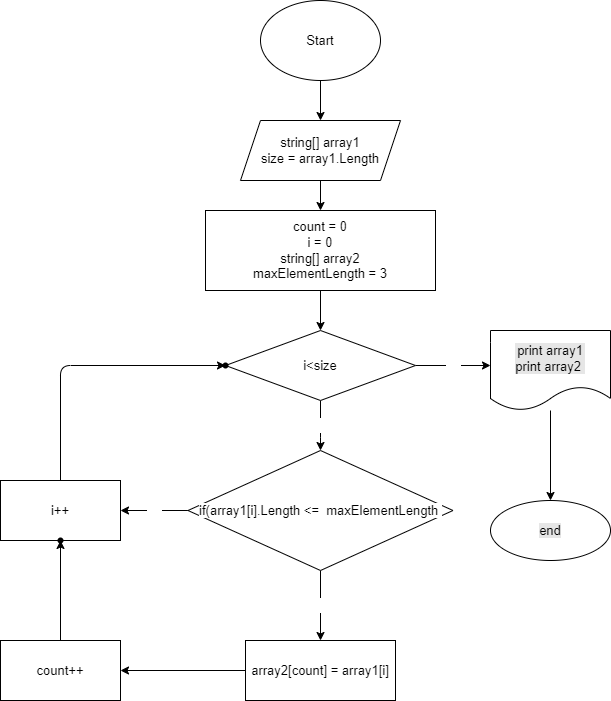
Above: BlockDiagram.drawio.png in OlesyaFedorovskaya/- (draw.io), before the change. Source tidied: cells renumbered, new cells last; positions are measured from the earlier drawing's top-left corner, leaving out a move shared by most shapes. Its diagram source:
```xml
<mxGraphModel>
  <root>
    <mxCell id="0" />
    <mxCell id="1" parent="0" />
    <mxCell id="2" style="edgeStyle=none;html=1;fontSize=13;fontColor=#000000;entryX=0.5;entryY=0;entryDx=0;entryDy=0;" parent="1" edge="1" source="3" target="5">
      <mxGeometry relative="1" as="geometry" />
    </mxCell>
    <mxCell id="3" value="Start" style="ellipse;whiteSpace=wrap;html=1;labelBackgroundColor=#FFFFFF;fontSize=13;fontColor=#000000;fillColor=#FFFFFF;" parent="1" vertex="1">
      <mxGeometry x="260" width="120" height="80" as="geometry" />
    </mxCell>
    <mxCell id="4" style="edgeStyle=none;html=1;fontSize=13;fontColor=#000000;" parent="1" edge="1" source="5" target="7">
      <mxGeometry relative="1" as="geometry" />
    </mxCell>
    <mxCell id="5" value="string[] array1&lt;br&gt;size = array1.Length" style="shape=parallelogram;perimeter=parallelogramPerimeter;whiteSpace=wrap;html=1;fixedSize=1;fontSize=13;fillColor=#FFFFFF;fontColor=#000000;labelBackgroundColor=#FFFFFF;" parent="1" vertex="1">
      <mxGeometry x="240" y="120" width="160" height="60" as="geometry" />
    </mxCell>
    <mxCell id="6" style="edgeStyle=none;html=1;fontSize=13;fontColor=#000000;" parent="1" edge="1" source="7" target="10">
      <mxGeometry relative="1" as="geometry" />
    </mxCell>
    <mxCell id="7" value="count = 0&lt;br&gt;i = 0&lt;br&gt;string[] array2&lt;br&gt;maxElementLength = 3" style="whiteSpace=wrap;html=1;fontSize=13;fillColor=#FFFFFF;fontColor=#000000;labelBackgroundColor=#FFFFFF;" parent="1" vertex="1">
      <mxGeometry x="205" y="210" width="230" height="80" as="geometry" />
    </mxCell>
    <mxCell id="8" value="yes" style="edgeStyle=none;html=1;fontSize=13;fontColor=#FFFFFF;" parent="1" edge="1" source="10" target="13">
      <mxGeometry relative="1" as="geometry">
        <Array as="points">
          <mxPoint x="320" y="430" />
        </Array>
      </mxGeometry>
    </mxCell>
    <mxCell id="9" value="no" style="edgeStyle=none;html=1;fontSize=13;fontColor=#FFFFFF;entryX=0;entryY=0.5;entryDx=0;entryDy=0;" parent="1" edge="1" source="10">
      <mxGeometry relative="1" as="geometry">
        <mxPoint x="490" y="365" as="targetPoint" />
      </mxGeometry>
    </mxCell>
    <mxCell id="10" value="i&amp;lt;size" style="rhombus;whiteSpace=wrap;html=1;fontSize=13;fillColor=#FFFFFF;fontColor=#000000;labelBackgroundColor=#FFFFFF;" parent="1" vertex="1">
      <mxGeometry x="225" y="330" width="190" height="70" as="geometry" />
    </mxCell>
    <mxCell id="11" value="yes" style="edgeStyle=none;html=1;fontSize=13;fontColor=#FFFFFF;" parent="1" edge="1" source="13" target="15">
      <mxGeometry relative="1" as="geometry" />
    </mxCell>
    <mxCell id="12" value="no" style="edgeStyle=none;html=1;fontSize=13;fontColor=#FFFFFF;" parent="1" edge="1" source="13" target="17">
      <mxGeometry relative="1" as="geometry" />
    </mxCell>
    <mxCell id="13" value="if(array1[i].Length &amp;lt;=&amp;nbsp; maxElementLength&amp;nbsp;" style="rhombus;whiteSpace=wrap;html=1;fontSize=13;fillColor=#FFFFFF;fontColor=#000000;labelBackgroundColor=#FFFFFF;" parent="1" vertex="1">
      <mxGeometry x="187.5" y="450" width="265" height="120" as="geometry" />
    </mxCell>
    <mxCell id="14" style="edgeStyle=none;html=1;fontSize=13;fontColor=#000000;" parent="1" edge="1" source="15" target="21">
      <mxGeometry relative="1" as="geometry" />
    </mxCell>
    <mxCell id="15" value="array2[count] = array1[i]" style="whiteSpace=wrap;html=1;fontSize=13;fillColor=#FFFFFF;fontColor=#000000;labelBackgroundColor=#FFFFFF;" parent="1" vertex="1">
      <mxGeometry x="245" y="640" width="150" height="60" as="geometry" />
    </mxCell>
    <mxCell id="16" style="edgeStyle=none;html=1;fontSize=13;fontColor=#FFFFFF;" parent="1" edge="1" source="17" target="18">
      <mxGeometry relative="1" as="geometry">
        <Array as="points">
          <mxPoint x="60" y="365" />
        </Array>
      </mxGeometry>
    </mxCell>
    <mxCell id="17" value="i++" style="whiteSpace=wrap;html=1;fontSize=13;fillColor=#FFFFFF;fontColor=#000000;labelBackgroundColor=#FFFFFF;" parent="1" vertex="1">
      <mxGeometry y="480" width="120" height="60" as="geometry" />
    </mxCell>
    <mxCell id="18" style="shape=waypoint;sketch=0;size=6;points=[];fillColor=#FFFFFF;perimeter=centerPerimeter;snapToPoint=1;fontSize=13;fontColor=#000000;labelBackgroundColor=#FFFFFF;" parent="1" vertex="1">
      <mxGeometry x="205" y="345" width="40" height="40" as="geometry" />
    </mxCell>
    <mxCell id="19" style="shape=waypoint;sketch=0;size=6;points=[];fillColor=#FFFFFF;perimeter=centerPerimeter;snapToPoint=1;fontSize=13;fontColor=#000000;labelBackgroundColor=#FFFFFF;" parent="1" vertex="1">
      <mxGeometry x="40" y="520" width="40" height="40" as="geometry" />
    </mxCell>
    <mxCell id="20" style="edgeStyle=none;html=1;fontSize=13;fontColor=#000000;" parent="1" edge="1" source="21" target="19">
      <mxGeometry relative="1" as="geometry" />
    </mxCell>
    <mxCell id="21" value="count++" style="whiteSpace=wrap;html=1;fontSize=13;fillColor=#FFFFFF;fontColor=#000000;labelBackgroundColor=#FFFFFF;" parent="1" vertex="1">
      <mxGeometry y="640" width="120" height="60" as="geometry" />
    </mxCell>
    <mxCell id="22" style="edgeStyle=none;html=1;fontSize=13;fontColor=#000000;" parent="1" edge="1" source="23" target="24">
      <mxGeometry relative="1" as="geometry" />
    </mxCell>
    <mxCell id="23" value="print array1&lt;br&gt;print array2&amp;nbsp;" style="shape=document;whiteSpace=wrap;html=1;boundedLbl=1;labelBackgroundColor=#E6E6E6;fontSize=13;fontColor=#000000;fillColor=#FFFFFF;" parent="1" vertex="1">
      <mxGeometry x="490" y="330" width="120" height="80" as="geometry" />
    </mxCell>
    <mxCell id="24" value="end" style="ellipse;whiteSpace=wrap;html=1;fontSize=13;fillColor=#FFFFFF;fontColor=#000000;labelBackgroundColor=#E6E6E6;" parent="1" vertex="1">
      <mxGeometry x="490" y="500" width="120" height="60" as="geometry" />
    </mxCell>
  </root>
</mxGraphModel>
```
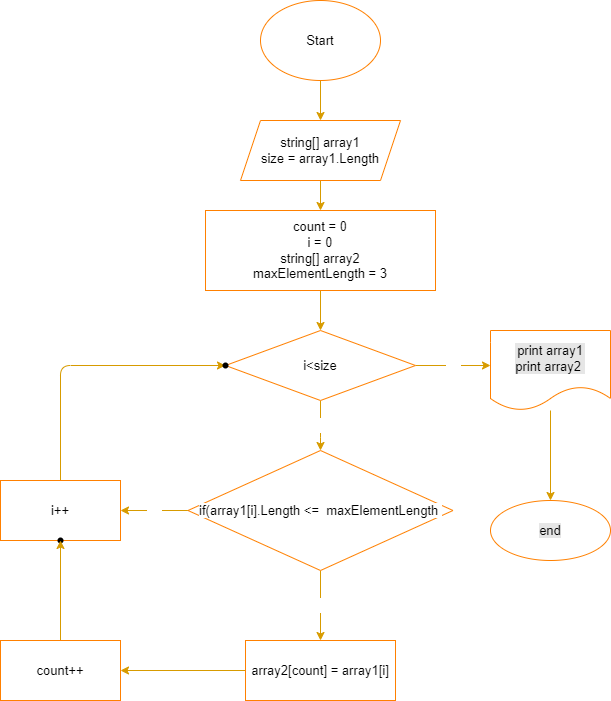
After the change.

What changed in the source:
```diff
@@ -2,62 +2,62 @@
   <root>
     <mxCell id="0" />
     <mxCell id="1" parent="0" />
-    <mxCell id="2" style="edgeStyle=none;html=1;fontSize=13;fontColor=#000000;entryX=0.5;entryY=0;entryDx=0;entryDy=0;" parent="1" edge="1" source="3" target="5">
+    <mxCell id="2" style="edgeStyle=none;html=1;fontSize=13;fontColor=#000000;entryX=0.5;entryY=0;entryDx=0;entryDy=0;fillColor=#ffcd28;strokeColor=#d79b00;gradientColor=#ffa500;" parent="1" edge="1" source="3" target="5">
       <mxGeometry relative="1" as="geometry" />
     </mxCell>
-    <mxCell id="3" value="Start" style="ellipse;whiteSpace=wrap;html=1;labelBackgroundColor=#FFFFFF;fontSize=13;fontColor=#000000;fillColor=#FFFFFF;" parent="1" vertex="1">
+    <mxCell id="3" value="Start" style="ellipse;whiteSpace=wrap;html=1;labelBackgroundColor=#FFFFFF;fontSize=13;fontColor=#000000;fillColor=#FFFFFF;strokeColor=#FF8000;" parent="1" vertex="1">
       <mxGeometry x="260" width="120" height="80" as="geometry" />
     </mxCell>
-    <mxCell id="4" style="edgeStyle=none;html=1;fontSize=13;fontColor=#000000;" parent="1" edge="1" source="5" target="7">
+    <mxCell id="4" style="edgeStyle=none;html=1;fontSize=13;fontColor=#000000;fillColor=#ffcd28;gradientColor=#ffa500;strokeColor=#d79b00;" parent="1" edge="1" source="5" target="7">
       <mxGeometry relative="1" as="geometry" />
     </mxCell>
-    <mxCell id="5" value="string[] array1&lt;br&gt;size = array1.Length" style="shape=parallelogram;perimeter=parallelogramPerimeter;whiteSpace=wrap;html=1;fixedSize=1;fontSize=13;fillColor=#FFFFFF;fontColor=#000000;labelBackgroundColor=#FFFFFF;" parent="1" vertex="1">
+    <mxCell id="5" value="string[] array1&lt;br&gt;size = array1.Length" style="shape=parallelogram;perimeter=parallelogramPerimeter;whiteSpace=wrap;html=1;fixedSize=1;fontSize=13;fillColor=#FFFFFF;fontColor=#000000;labelBackgroundColor=#FFFFFF;strokeColor=#FF8000;" parent="1" vertex="1">
       <mxGeometry x="240" y="120" width="160" height="60" as="geometry" />
     </mxCell>
-    <mxCell id="6" style="edgeStyle=none;html=1;fontSize=13;fontColor=#000000;" parent="1" edge="1" source="7" target="10">
+    <mxCell id="6" style="edgeStyle=none;html=1;fontSize=13;fontColor=#000000;fillColor=#ffcd28;gradientColor=#ffa500;strokeColor=#d79b00;" parent="1" edge="1" source="7" target="10">
       <mxGeometry relative="1" as="geometry" />
     </mxCell>
-    <mxCell id="7" value="count = 0&lt;br&gt;i = 0&lt;br&gt;string[] array2&lt;br&gt;maxElementLength = 3" style="whiteSpace=wrap;html=1;fontSize=13;fillColor=#FFFFFF;fontColor=#000000;labelBackgroundColor=#FFFFFF;" parent="1" vertex="1">
+    <mxCell id="7" value="count = 0&lt;br&gt;i = 0&lt;br&gt;string[] array2&lt;br&gt;maxElementLength = 3" style="whiteSpace=wrap;html=1;fontSize=13;fillColor=#FFFFFF;fontColor=#000000;labelBackgroundColor=#FFFFFF;strokeColor=#FF8000;" parent="1" vertex="1">
       <mxGeometry x="205" y="210" width="230" height="80" as="geometry" />
     </mxCell>
-    <mxCell id="8" value="yes" style="edgeStyle=none;html=1;fontSize=13;fontColor=#FFFFFF;" parent="1" edge="1" source="10" target="13">
+    <mxCell id="8" value="yes" style="edgeStyle=none;html=1;fontSize=13;fontColor=#FFFFFF;fillColor=#ffcd28;gradientColor=#ffa500;strokeColor=#d79b00;" parent="1" edge="1" source="10" target="13">
       <mxGeometry relative="1" as="geometry">
         <Array as="points">
           <mxPoint x="320" y="430" />
         </Array>
       </mxGeometry>
     </mxCell>
-    <mxCell id="9" value="no" style="edgeStyle=none;html=1;fontSize=13;fontColor=#FFFFFF;entryX=0;entryY=0.5;entryDx=0;entryDy=0;" parent="1" edge="1" source="10">
+    <mxCell id="9" value="no" style="edgeStyle=none;html=1;fontSize=13;fontColor=#FFFFFF;entryX=0;entryY=0.5;entryDx=0;entryDy=0;fillColor=#ffcd28;gradientColor=#ffa500;strokeColor=#d79b00;" parent="1" edge="1" source="10">
       <mxGeometry relative="1" as="geometry">
         <mxPoint x="490" y="365" as="targetPoint" />
       </mxGeometry>
     </mxCell>
-    <mxCell id="10" value="i&amp;lt;size" style="rhombus;whiteSpace=wrap;html=1;fontSize=13;fillColor=#FFFFFF;fontColor=#000000;labelBackgroundColor=#FFFFFF;" parent="1" vertex="1">
+    <mxCell id="10" value="i&amp;lt;size" style="rhombus;whiteSpace=wrap;html=1;fontSize=13;fillColor=#FFFFFF;fontColor=#000000;labelBackgroundColor=#FFFFFF;strokeColor=#FF8000;" parent="1" vertex="1">
       <mxGeometry x="225" y="330" width="190" height="70" as="geometry" />
     </mxCell>
-    <mxCell id="11" value="yes" style="edgeStyle=none;html=1;fontSize=13;fontColor=#FFFFFF;" parent="1" edge="1" source="13" target="15">
+    <mxCell id="11" value="yes" style="edgeStyle=none;html=1;fontSize=13;fontColor=#FFFFFF;fillColor=#ffcd28;gradientColor=#ffa500;strokeColor=#d79b00;" parent="1" edge="1" source="13" target="15">
       <mxGeometry relative="1" as="geometry" />
     </mxCell>
-    <mxCell id="12" value="no" style="edgeStyle=none;html=1;fontSize=13;fontColor=#FFFFFF;" parent="1" edge="1" source="13" target="17">
+    <mxCell id="12" value="no" style="edgeStyle=none;html=1;fontSize=13;fontColor=#FFFFFF;fillColor=#ffcd28;gradientColor=#ffa500;strokeColor=#d79b00;" parent="1" edge="1" source="13" target="17">
       <mxGeometry relative="1" as="geometry" />
     </mxCell>
-    <mxCell id="13" value="if(array1[i].Length &amp;lt;=&amp;nbsp; maxElementLength&amp;nbsp;" style="rhombus;whiteSpace=wrap;html=1;fontSize=13;fillColor=#FFFFFF;fontColor=#000000;labelBackgroundColor=#FFFFFF;" parent="1" vertex="1">
+    <mxCell id="13" value="if(array1[i].Length &amp;lt;=&amp;nbsp; maxElementLength&amp;nbsp;" style="rhombus;whiteSpace=wrap;html=1;fontSize=13;fillColor=#FFFFFF;fontColor=#000000;labelBackgroundColor=#FFFFFF;strokeColor=#FF8000;" parent="1" vertex="1">
       <mxGeometry x="187.5" y="450" width="265" height="120" as="geometry" />
     </mxCell>
-    <mxCell id="14" style="edgeStyle=none;html=1;fontSize=13;fontColor=#000000;" parent="1" edge="1" source="15" target="21">
+    <mxCell id="14" style="edgeStyle=none;html=1;fontSize=13;fontColor=#000000;fillColor=#ffcd28;gradientColor=#ffa500;strokeColor=#d79b00;" parent="1" edge="1" source="15" target="21">
       <mxGeometry relative="1" as="geometry" />
     </mxCell>
-    <mxCell id="15" value="array2[count] = array1[i]" style="whiteSpace=wrap;html=1;fontSize=13;fillColor=#FFFFFF;fontColor=#000000;labelBackgroundColor=#FFFFFF;" parent="1" vertex="1">
+    <mxCell id="15" value="array2[count] = array1[i]" style="whiteSpace=wrap;html=1;fontSize=13;fillColor=#FFFFFF;fontColor=#000000;labelBackgroundColor=#FFFFFF;strokeColor=#FF8000;" parent="1" vertex="1">
       <mxGeometry x="245" y="640" width="150" height="60" as="geometry" />
     </mxCell>
-    <mxCell id="16" style="edgeStyle=none;html=1;fontSize=13;fontColor=#FFFFFF;" parent="1" edge="1" source="17" target="18">
+    <mxCell id="16" style="edgeStyle=none;html=1;fontSize=13;fontColor=#FFFFFF;fillColor=#ffcd28;gradientColor=#ffa500;strokeColor=#d79b00;" parent="1" edge="1" source="17" target="18">
       <mxGeometry relative="1" as="geometry">
         <Array as="points">
           <mxPoint x="60" y="365" />
         </Array>
       </mxGeometry>
     </mxCell>
-    <mxCell id="17" value="i++" style="whiteSpace=wrap;html=1;fontSize=13;fillColor=#FFFFFF;fontColor=#000000;labelBackgroundColor=#FFFFFF;" parent="1" vertex="1">
+    <mxCell id="17" value="i++" style="whiteSpace=wrap;html=1;fontSize=13;fillColor=#FFFFFF;fontColor=#000000;labelBackgroundColor=#FFFFFF;strokeColor=#FF8000;" parent="1" vertex="1">
       <mxGeometry y="480" width="120" height="60" as="geometry" />
     </mxCell>
     <mxCell id="18" style="shape=waypoint;sketch=0;size=6;points=[];fillColor=#FFFFFF;perimeter=centerPerimeter;snapToPoint=1;fontSize=13;fontColor=#000000;labelBackgroundColor=#FFFFFF;" parent="1" vertex="1">
@@ -66,19 +66,19 @@
     <mxCell id="19" style="shape=waypoint;sketch=0;size=6;points=[];fillColor=#FFFFFF;perimeter=centerPerimeter;snapToPoint=1;fontSize=13;fontColor=#000000;labelBackgroundColor=#FFFFFF;" parent="1" vertex="1">
       <mxGeometry x="40" y="520" width="40" height="40" as="geometry" />
     </mxCell>
-    <mxCell id="20" style="edgeStyle=none;html=1;fontSize=13;fontColor=#000000;" parent="1" edge="1" source="21" target="19">
+    <mxCell id="20" style="edgeStyle=none;html=1;fontSize=13;fontColor=#000000;fillColor=#ffcd28;gradientColor=#ffa500;strokeColor=#d79b00;" parent="1" edge="1" source="21" target="19">
       <mxGeometry relative="1" as="geometry" />
     </mxCell>
-    <mxCell id="21" value="count++" style="whiteSpace=wrap;html=1;fontSize=13;fillColor=#FFFFFF;fontColor=#000000;labelBackgroundColor=#FFFFFF;" parent="1" vertex="1">
+    <mxCell id="21" value="count++" style="whiteSpace=wrap;html=1;fontSize=13;fillColor=#FFFFFF;fontColor=#000000;labelBackgroundColor=#FFFFFF;strokeColor=#FF8000;" parent="1" vertex="1">
       <mxGeometry y="640" width="120" height="60" as="geometry" />
     </mxCell>
-    <mxCell id="22" style="edgeStyle=none;html=1;fontSize=13;fontColor=#000000;" parent="1" edge="1" source="23" target="24">
+    <mxCell id="22" style="edgeStyle=none;html=1;fontSize=13;fontColor=#000000;fillColor=#ffcd28;gradientColor=#ffa500;strokeColor=#d79b00;" parent="1" edge="1" source="23" target="24">
       <mxGeometry relative="1" as="geometry" />
     </mxCell>
-    <mxCell id="23" value="print array1&lt;br&gt;print array2&amp;nbsp;" style="shape=document;whiteSpace=wrap;html=1;boundedLbl=1;labelBackgroundColor=#E6E6E6;fontSize=13;fontColor=#000000;fillColor=#FFFFFF;" parent="1" vertex="1">
+    <mxCell id="23" value="print array1&lt;br&gt;print array2&amp;nbsp;" style="shape=document;whiteSpace=wrap;html=1;boundedLbl=1;labelBackgroundColor=#E6E6E6;fontSize=13;fontColor=#000000;fillColor=#FFFFFF;strokeColor=#FF8000;" parent="1" vertex="1">
       <mxGeometry x="490" y="330" width="120" height="80" as="geometry" />
     </mxCell>
-    <mxCell id="24" value="end" style="ellipse;whiteSpace=wrap;html=1;fontSize=13;fillColor=#FFFFFF;fontColor=#000000;labelBackgroundColor=#E6E6E6;" parent="1" vertex="1">
+    <mxCell id="24" value="end" style="ellipse;whiteSpace=wrap;html=1;fontSize=13;fillColor=#FFFFFF;fontColor=#000000;labelBackgroundColor=#E6E6E6;strokeColor=#FF8000;" parent="1" vertex="1">
       <mxGeometry x="490" y="500" width="120" height="60" as="geometry" />
     </mxCell>
   </root>
```
